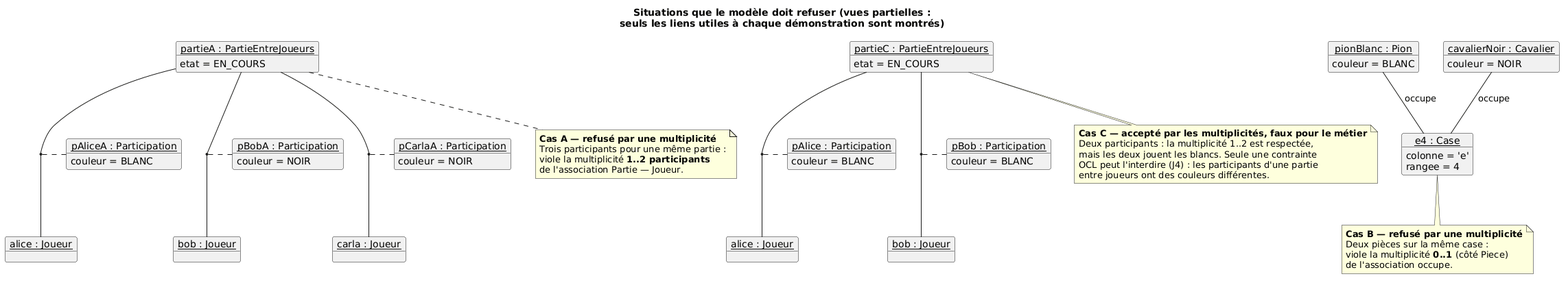
This is diagrams/objets-impossible.png from kevinBissouth/projet_echecs_tic315, a PlantUML export, as it was before one commit.
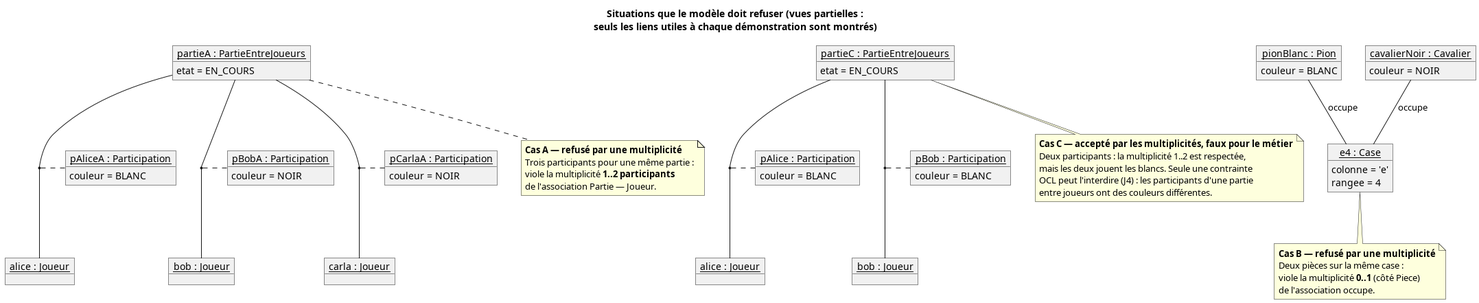
The same diagram one commit later.

Change to the diagram source:
```diff
@@ -1,4 +1,4 @@
-@startuml
+@startuml objets-impossible
 
 title Situations que le modèle doit refuser (vues partielles :\nseuls les liens utiles à chaque démonstration sont montrés)
 
@@ -80,4 +80,5 @@
   OCL peut l'interdire (J4) : les participants d'une partie
   entre joueurs ont des couleurs différentes.
 end note
+
 @enduml
```
